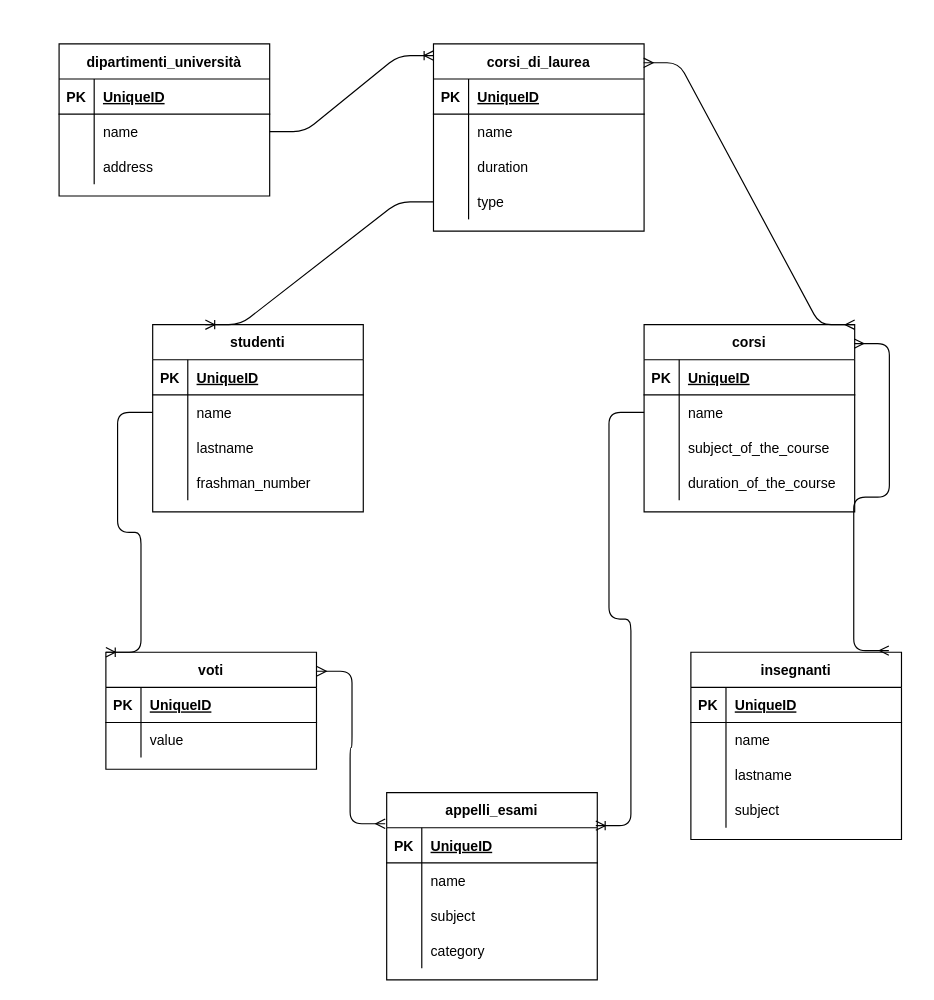
The draw.io diagram db-university.drawio in Alek90/db-university, before the edit. Source tidied: cells renumbered, new cells numbered last; positions are measured from the earlier drawing's top-left corner, leaving out a move shared by most shapes. Both pictures are drawn from the tidied source at 117%, with x=0, y=0 at pixel (58, 43).
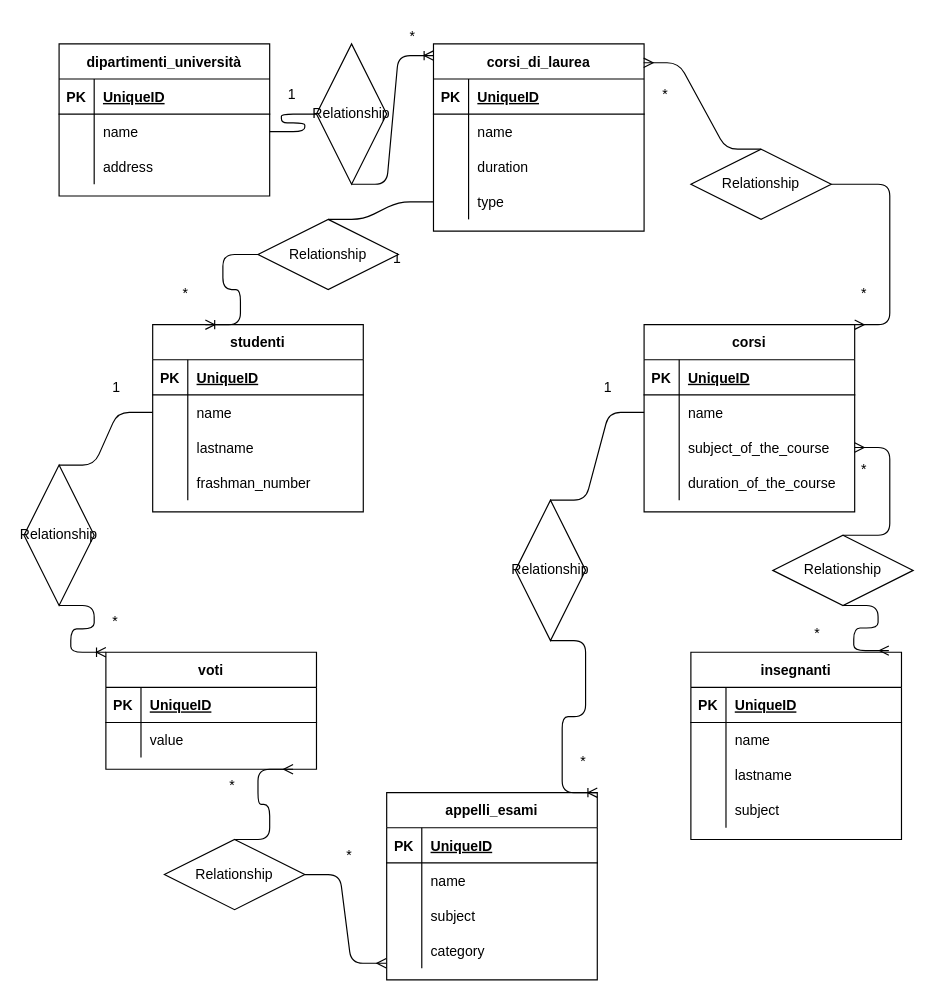
Above is the later version.

Commit message:
Inserite relazioni.

Unchanged cells that the change refers to:
```xml
<mxCell id="2" value="insegnanti" style="shape=table;startSize=30;childLayout=tableLayout;rowLines=0;fontStyle=1;align=center;" parent="1" vertex="1">
  <mxGeometry x="540" y="520" width="180" height="160" as="geometry" />
</mxCell>
<mxCell id="19" style="shape=partialRectangle;fillColor=none;top=0;left=0;bottom=0;right=0;points=[[0,0.5],[1,0.5]];portConstraint=eastwest;" parent="15" vertex="1">
  <mxGeometry y="60" width="180" height="30" as="geometry" />
</mxCell>
<mxCell id="25" value="studenti" style="shape=table;startSize=30;childLayout=tableLayout;rowLines=0;fontStyle=1;align=center;" parent="1" vertex="1">
  <mxGeometry x="80" y="240" width="180" height="160" as="geometry" />
</mxCell>
<mxCell id="29" style="shape=partialRectangle;fillColor=none;top=0;left=0;bottom=0;right=0;points=[[0,0.5],[1,0.5]];portConstraint=eastwest;" parent="25" vertex="1">
  <mxGeometry y="60" width="180" height="30" as="geometry" />
</mxCell>
<mxCell id="38" value="corsi_di_laurea" style="shape=table;startSize=30;childLayout=tableLayout;rowLines=0;fontStyle=1;align=center;" parent="1" vertex="1">
  <mxGeometry x="320" width="180" height="160" as="geometry" />
</mxCell>
<mxCell id="48" style="shape=partialRectangle;fillColor=none;top=0;left=0;bottom=0;right=0;points=[[0,0.5],[1,0.5]];portConstraint=eastwest;" parent="38" vertex="1">
  <mxGeometry y="120" width="180" height="30" as="geometry" />
</mxCell>
<mxCell id="51" value="corsi" style="shape=table;startSize=30;childLayout=tableLayout;rowLines=0;fontStyle=1;align=center;" parent="1" vertex="1">
  <mxGeometry x="500" y="240" width="180" height="160" as="geometry" />
</mxCell>
<mxCell id="55" style="shape=partialRectangle;fillColor=none;top=0;left=0;bottom=0;right=0;points=[[0,0.5],[1,0.5]];portConstraint=eastwest;" parent="51" vertex="1">
  <mxGeometry y="60" width="180" height="30" as="geometry" />
</mxCell>
<mxCell id="58" style="shape=partialRectangle;fillColor=none;top=0;left=0;bottom=0;right=0;points=[[0,0.5],[1,0.5]];portConstraint=eastwest;" parent="51" vertex="1">
  <mxGeometry y="90" width="180" height="30" as="geometry" />
</mxCell>
<mxCell id="64" value="voti" style="shape=table;startSize=30;childLayout=tableLayout;rowLines=0;fontStyle=1;align=center;" parent="1" vertex="1">
  <mxGeometry x="40" y="520" width="180" height="100" as="geometry" />
</mxCell>
<mxCell id="71" value="appelli_esami" style="shape=table;startSize=30;childLayout=tableLayout;rowLines=0;fontStyle=1;align=center;" parent="1" vertex="1">
  <mxGeometry x="280" y="640" width="180" height="160" as="geometry" />
</mxCell>
<mxCell id="72" style="shape=partialRectangle;fillColor=none;top=0;left=0;bottom=1;right=0;points=[[0,0.5],[1,0.5]];portConstraint=eastwest;" parent="71" vertex="1">
  <mxGeometry y="30" width="180" height="30" as="geometry" />
</mxCell>
<mxCell id="81" style="shape=partialRectangle;fillColor=none;top=0;left=0;bottom=0;right=0;points=[[0,0.5],[1,0.5]];portConstraint=eastwest;" parent="71" vertex="1">
  <mxGeometry y="120" width="180" height="30" as="geometry" />
</mxCell>
```

Change to the diagram source:
```diff
@@
-    <mxCell id="84" style="edgeStyle=entityRelationEdgeStyle;fontSize=12;html=1;endArrow=ERoneToMany;exitX=1;exitY=0.5;exitDx=0;exitDy=0;" parent="1" edge="1" source="19">
+    <mxCell id="84" style="edgeStyle=entityRelationEdgeStyle;fontSize=12;html=1;endArrow=ERoneToMany;exitX=1;exitY=0.5;exitDx=0;exitDy=0;startArrow=none;" parent="1" edge="1" source="91">
       <mxGeometry relative="1" as="geometry">
         <mxPoint x="320" y="10" as="targetPoint" />
       </mxGeometry>
     </mxCell>
-    <mxCell id="85" style="edgeStyle=entityRelationEdgeStyle;fontSize=12;html=1;endArrow=ERmany;startArrow=ERmany;exitX=1;exitY=0;exitDx=0;exitDy=0;entryX=0.998;entryY=0.101;entryDx=0;entryDy=0;entryPerimeter=0;" parent="1" edge="1" source="51" target="38">
+    <mxCell id="85" style="edgeStyle=entityRelationEdgeStyle;fontSize=12;html=1;endArrow=ERmany;startArrow=none;exitX=0.5;exitY=0;exitDx=0;exitDy=0;entryX=0.998;entryY=0.101;entryDx=0;entryDy=0;entryPerimeter=0;" parent="1" edge="1" source="107" target="38">
       <mxGeometry relative="1" as="geometry" />
     </mxCell>
-    <mxCell id="86" style="edgeStyle=entityRelationEdgeStyle;fontSize=12;html=1;endArrow=ERoneToMany;entryX=0.993;entryY=-0.06;entryDx=0;entryDy=0;entryPerimeter=0;exitX=0;exitY=0.5;exitDx=0;exitDy=0;" parent="1" edge="1" source="55" target="72">
+    <mxCell id="86" style="edgeStyle=entityRelationEdgeStyle;fontSize=12;html=1;endArrow=ERoneToMany;exitX=0;exitY=0.5;exitDx=0;exitDy=0;startArrow=none;entryX=1;entryY=0;entryDx=0;entryDy=0;" parent="1" edge="1" source="113" target="71">
       <mxGeometry relative="1" as="geometry" />
     </mxCell>
-    <mxCell id="87" style="edgeStyle=entityRelationEdgeStyle;fontSize=12;html=1;endArrow=ERoneToMany;exitX=0;exitY=0.5;exitDx=0;exitDy=0;entryX=0.25;entryY=0;entryDx=0;entryDy=0;" parent="1" edge="1" source="48" target="25">
+    <mxCell id="87" style="edgeStyle=entityRelationEdgeStyle;fontSize=12;html=1;endArrow=ERoneToMany;exitX=0;exitY=0.5;exitDx=0;exitDy=0;entryX=0.25;entryY=0;entryDx=0;entryDy=0;startArrow=none;" parent="1" edge="1" source="109" target="25">
       <mxGeometry relative="1" as="geometry" />
     </mxCell>
-    <mxCell id="88" style="edgeStyle=entityRelationEdgeStyle;fontSize=12;html=1;endArrow=ERoneToMany;entryX=0;entryY=0;entryDx=0;entryDy=0;exitX=0;exitY=0.5;exitDx=0;exitDy=0;" parent="1" edge="1" source="29" target="64">
+    <mxCell id="88" style="edgeStyle=entityRelationEdgeStyle;fontSize=12;html=1;endArrow=ERoneToMany;entryX=0;entryY=0;entryDx=0;entryDy=0;exitX=0;exitY=0.5;exitDx=0;exitDy=0;startArrow=none;" parent="1" edge="1" source="111" target="64">
       <mxGeometry relative="1" as="geometry" />
     </mxCell>
-    <mxCell id="89" style="edgeStyle=entityRelationEdgeStyle;fontSize=12;html=1;endArrow=ERmany;startArrow=ERmany;exitX=-0.007;exitY=0.166;exitDx=0;exitDy=0;exitPerimeter=0;entryX=1.002;entryY=0.162;entryDx=0;entryDy=0;entryPerimeter=0;" parent="1" edge="1" source="71" target="64">
-      <mxGeometry relative="1" as="geometry" />
+    <mxCell id="89" style="edgeStyle=entityRelationEdgeStyle;fontSize=12;html=1;endArrow=ERmany;startArrow=none;exitX=0.5;exitY=0;exitDx=0;exitDy=0;" parent="1" edge="1" source="117">
+      <mxGeometry relative="1" as="geometry">
+        <mxPoint x="200" y="620" as="targetPoint" />
+      </mxGeometry>
     </mxCell>
-    <mxCell id="90" style="edgeStyle=entityRelationEdgeStyle;fontSize=12;html=1;endArrow=ERmany;startArrow=ERmany;exitX=0.998;exitY=0.101;exitDx=0;exitDy=0;exitPerimeter=0;entryX=0.94;entryY=-0.009;entryDx=0;entryDy=0;entryPerimeter=0;" parent="1" edge="1" source="51" target="2">
+    <mxCell id="90" style="edgeStyle=entityRelationEdgeStyle;fontSize=12;html=1;endArrow=ERmany;startArrow=none;exitX=0.5;exitY=1;exitDx=0;exitDy=0;entryX=0.94;entryY=-0.009;entryDx=0;entryDy=0;entryPerimeter=0;" parent="1" edge="1" source="115" target="2">
       <mxGeometry relative="1" as="geometry" />
     </mxCell>
+    <mxCell id="91" value="Relationship" style="shape=rhombus;perimeter=rhombusPerimeter;whiteSpace=wrap;html=1;align=center;direction=south;" parent="1" vertex="1">
+      <mxGeometry x="220" width="60" height="120" as="geometry" />
+    </mxCell>
+    <mxCell id="92" style="edgeStyle=entityRelationEdgeStyle;fontSize=12;html=1;endArrow=none;exitX=1;exitY=0.5;exitDx=0;exitDy=0;" parent="1" edge="1" source="19" target="91">
+      <mxGeometry relative="1" as="geometry" />
+    </mxCell>
+    <mxCell id="93" value="1" style="text;strokeColor=none;fillColor=none;spacingLeft=4;spacingRight=4;overflow=hidden;fontSize=12;" parent="1" vertex="1">
+      <mxGeometry x="190" y="30" width="40" height="30" as="geometry" />
+    </mxCell>
+    <mxCell id="94" value="*" style="text;strokeColor=none;fillColor=none;spacingLeft=4;spacingRight=4;overflow=hidden;fontSize=12;" parent="1" vertex="1">
+      <mxGeometry x="294" y="-20" width="40" height="30" as="geometry" />
+    </mxCell>
+    <mxCell id="95" value="1" style="text;strokeColor=none;fillColor=none;spacingLeft=4;spacingRight=4;overflow=hidden;fontSize=12;" parent="1" vertex="1">
+      <mxGeometry x="280" y="170" width="40" height="30" as="geometry" />
+    </mxCell>
+    <mxCell id="96" value="*" style="text;strokeColor=none;fillColor=none;spacingLeft=4;spacingRight=4;overflow=hidden;fontSize=12;" parent="1" vertex="1">
+      <mxGeometry x="100" y="200" width="40" height="30" as="geometry" />
+    </mxCell>
+    <mxCell id="97" value="*" style="text;strokeColor=none;fillColor=none;spacingLeft=4;spacingRight=4;overflow=hidden;fontSize=12;" parent="1" vertex="1">
+      <mxGeometry x="510" y="30" width="40" height="30" as="geometry" />
+    </mxCell>
+    <mxCell id="98" value="*" style="text;strokeColor=none;fillColor=none;spacingLeft=4;spacingRight=4;overflow=hidden;fontSize=12;" parent="1" vertex="1">
+      <mxGeometry x="680" y="200" width="40" height="30" as="geometry" />
+    </mxCell>
+    <mxCell id="99" value="1" style="text;strokeColor=none;fillColor=none;spacingLeft=4;spacingRight=4;overflow=hidden;fontSize=12;" parent="1" vertex="1">
+      <mxGeometry x="460" y="280" width="40" height="30" as="geometry" />
+    </mxCell>
+    <mxCell id="100" value="*" style="text;strokeColor=none;fillColor=none;spacingLeft=4;spacingRight=4;overflow=hidden;fontSize=12;" parent="1" vertex="1">
+      <mxGeometry x="680" y="350" width="40" height="30" as="geometry" />
+    </mxCell>
+    <mxCell id="101" value="*" style="text;strokeColor=none;fillColor=none;spacingLeft=4;spacingRight=4;overflow=hidden;fontSize=12;" parent="1" vertex="1">
+      <mxGeometry x="640" y="490" width="40" height="30" as="geometry" />
+    </mxCell>
+    <mxCell id="102" value="*" style="text;strokeColor=none;fillColor=none;spacingLeft=4;spacingRight=4;overflow=hidden;fontSize=12;" parent="1" vertex="1">
+      <mxGeometry x="440" y="600" width="40" height="30" as="geometry" />
+    </mxCell>
+    <mxCell id="103" value="*" style="text;strokeColor=none;fillColor=none;spacingLeft=4;spacingRight=4;overflow=hidden;fontSize=12;" parent="1" vertex="1">
+      <mxGeometry x="240" y="680" width="40" height="30" as="geometry" />
+    </mxCell>
+    <mxCell id="104" value="*" style="text;strokeColor=none;fillColor=none;spacingLeft=4;spacingRight=4;overflow=hidden;fontSize=12;" parent="1" vertex="1">
+      <mxGeometry x="140" y="620" width="40" height="30" as="geometry" />
+    </mxCell>
+    <mxCell id="105" value="*" style="text;strokeColor=none;fillColor=none;spacingLeft=4;spacingRight=4;overflow=hidden;fontSize=12;" parent="1" vertex="1">
+      <mxGeometry x="40" y="480" width="40" height="30" as="geometry" />
+    </mxCell>
+    <mxCell id="106" value="1" style="text;strokeColor=none;fillColor=none;spacingLeft=4;spacingRight=4;overflow=hidden;fontSize=12;" parent="1" vertex="1">
+      <mxGeometry x="40" y="280" width="40" height="30" as="geometry" />
+    </mxCell>
+    <mxCell id="107" value="Relationship" style="shape=rhombus;perimeter=rhombusPerimeter;whiteSpace=wrap;html=1;align=center;" parent="1" vertex="1">
+      <mxGeometry x="540" y="90" width="120" height="60" as="geometry" />
+    </mxCell>
+    <mxCell id="108" style="edgeStyle=entityRelationEdgeStyle;fontSize=12;html=1;endArrow=none;startArrow=ERmany;entryX=1;entryY=0.5;entryDx=0;entryDy=0;" parent="1" edge="1" target="107">
+      <mxGeometry relative="1" as="geometry">
+        <mxPoint x="680" y="240" as="sourcePoint" />
+      </mxGeometry>
+    </mxCell>
+    <mxCell id="109" value="Relationship" style="shape=rhombus;perimeter=rhombusPerimeter;whiteSpace=wrap;html=1;align=center;" parent="1" vertex="1">
+      <mxGeometry x="170" y="150" width="120" height="60" as="geometry" />
+    </mxCell>
+    <mxCell id="110" style="edgeStyle=entityRelationEdgeStyle;fontSize=12;html=1;endArrow=none;exitX=0;exitY=0.5;exitDx=0;exitDy=0;entryX=0.5;entryY=0;entryDx=0;entryDy=0;" parent="1" edge="1" source="48" target="109">
+      <mxGeometry relative="1" as="geometry" />
+    </mxCell>
+    <mxCell id="111" value="Relationship" style="shape=rhombus;perimeter=rhombusPerimeter;whiteSpace=wrap;html=1;align=center;direction=north;" parent="1" vertex="1">
+      <mxGeometry x="-30" y="360" width="60" height="120" as="geometry" />
+    </mxCell>
+    <mxCell id="112" style="edgeStyle=entityRelationEdgeStyle;fontSize=12;html=1;endArrow=none;entryX=1;entryY=0.5;entryDx=0;entryDy=0;exitX=0;exitY=0.5;exitDx=0;exitDy=0;" parent="1" edge="1" source="29" target="111">
+      <mxGeometry relative="1" as="geometry" />
+    </mxCell>
+    <mxCell id="113" value="Relationship" style="shape=rhombus;perimeter=rhombusPerimeter;whiteSpace=wrap;html=1;align=center;direction=north;" parent="1" vertex="1">
+      <mxGeometry x="390" y="390" width="60" height="120" as="geometry" />
+    </mxCell>
+    <mxCell id="114" style="edgeStyle=entityRelationEdgeStyle;fontSize=12;html=1;endArrow=none;entryX=1;entryY=0.5;entryDx=0;entryDy=0;exitX=0;exitY=0.5;exitDx=0;exitDy=0;" parent="1" edge="1" source="55" target="113">
+      <mxGeometry relative="1" as="geometry" />
+    </mxCell>
+    <mxCell id="115" value="Relationship" style="shape=rhombus;perimeter=rhombusPerimeter;whiteSpace=wrap;html=1;align=center;" parent="1" vertex="1">
+      <mxGeometry x="610" y="420" width="120" height="60" as="geometry" />
+    </mxCell>
+    <mxCell id="116" style="edgeStyle=entityRelationEdgeStyle;fontSize=12;html=1;endArrow=none;startArrow=ERmany;entryX=0.5;entryY=0;entryDx=0;entryDy=0;" parent="1" edge="1" source="58" target="115">
+      <mxGeometry relative="1" as="geometry" />
+    </mxCell>
+    <mxCell id="117" value="Relationship" style="shape=rhombus;perimeter=rhombusPerimeter;whiteSpace=wrap;html=1;align=center;" parent="1" vertex="1">
+      <mxGeometry x="90" y="680" width="120" height="60" as="geometry" />
+    </mxCell>
+    <mxCell id="118" style="edgeStyle=entityRelationEdgeStyle;fontSize=12;html=1;endArrow=none;startArrow=ERmany;exitX=-0.002;exitY=0.86;exitDx=0;exitDy=0;exitPerimeter=0;entryX=1;entryY=0.5;entryDx=0;entryDy=0;" parent="1" edge="1" source="81" target="117">
+      <mxGeometry relative="1" as="geometry" />
+    </mxCell>
```
